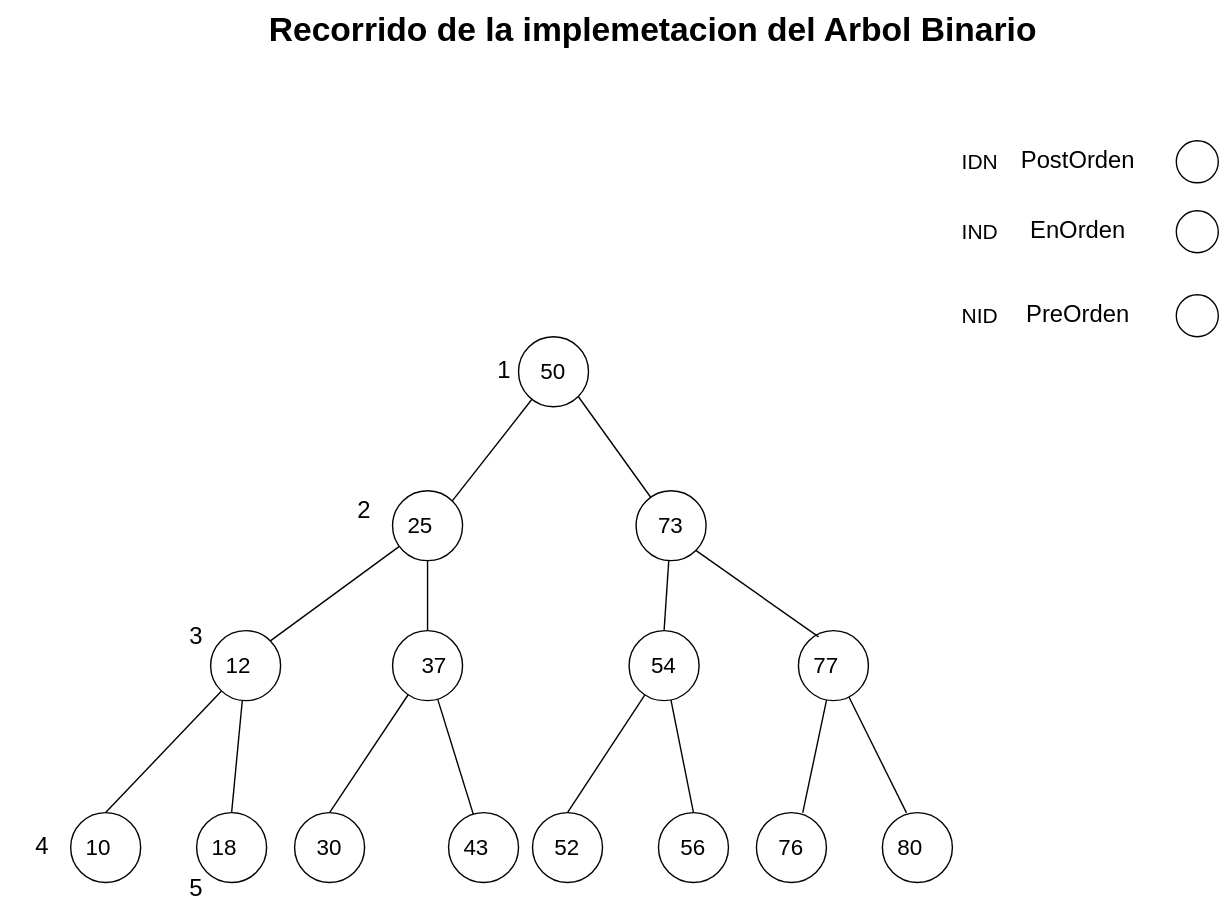
Nordcode-cyber/Algoritmos-Estructdatos keeps this draw.io diagram as Estructura-de-datos/Arboles/ArbolApp.drawio.svg. Above is the earlier version. Source tidied: cells renumbered, new cells last; positions are measured from the earlier drawing's top-left corner, leaving out a move shared by most shapes.
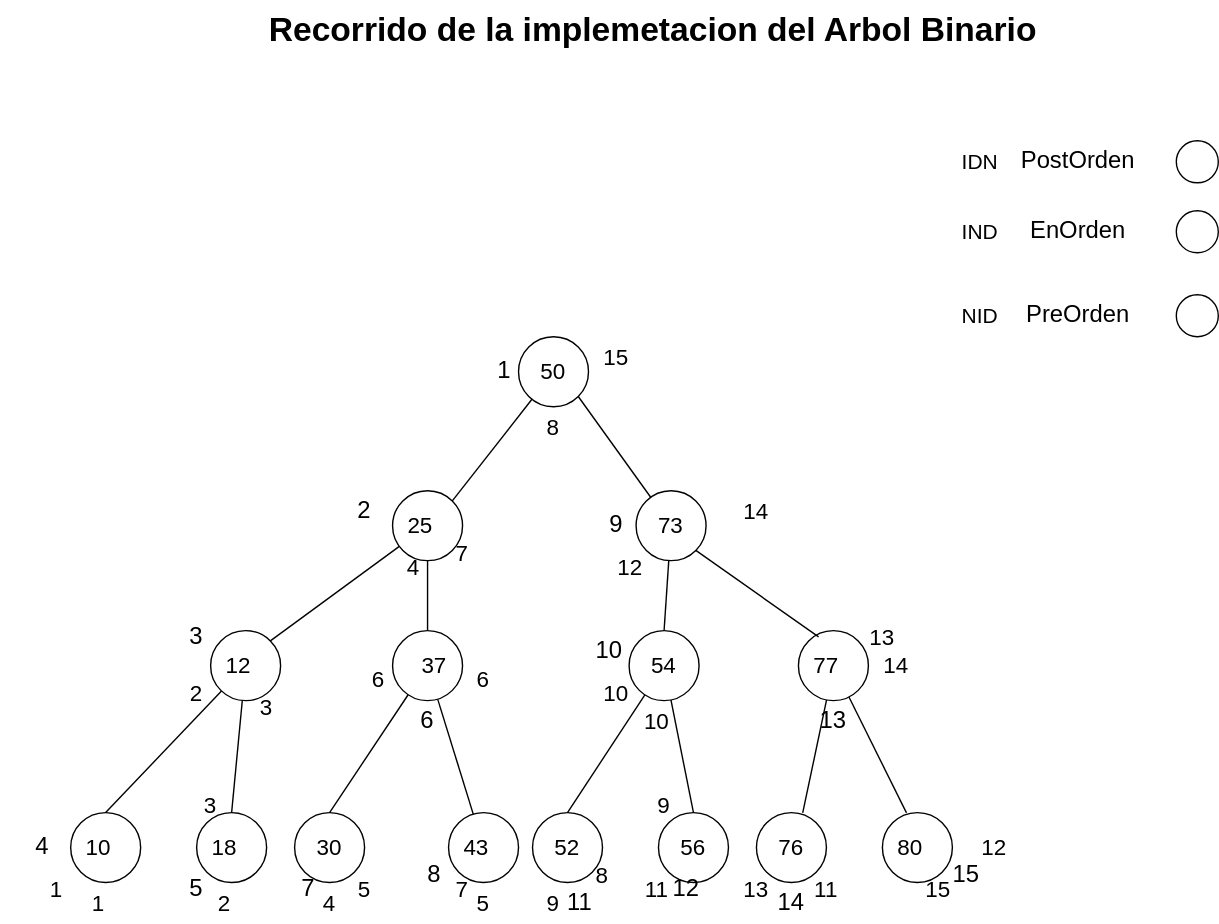
Later version of the same file.

The edit, as a diff of the source:
```diff
@@ -179,5 +179,125 @@
     <mxCell id="60" value="&lt;font style=&quot;font-size: 17px; color: light-dark(rgb(0, 0, 0), rgb(0, 204, 0));&quot;&gt;5&lt;/font&gt;" style="text;html=1;align=center;verticalAlign=middle;whiteSpace=wrap;rounded=0;" parent="1" vertex="1">
       <mxGeometry x="110" y="620" width="60" height="30" as="geometry" />
     </mxCell>
+    <mxCell id="61" value="&lt;font style=&quot;font-size: 17px; color: light-dark(rgb(0, 0, 0), rgb(0, 204, 0));&quot;&gt;6&lt;/font&gt;" style="text;html=1;align=center;verticalAlign=middle;whiteSpace=wrap;rounded=0;" parent="1" vertex="1">
+      <mxGeometry x="275" y="500" width="60" height="30" as="geometry" />
+    </mxCell>
+    <mxCell id="62" value="&lt;font style=&quot;font-size: 17px; color: light-dark(rgb(0, 0, 0), rgb(0, 204, 0));&quot;&gt;7&lt;/font&gt;" style="text;html=1;align=center;verticalAlign=middle;whiteSpace=wrap;rounded=0;" parent="1" vertex="1">
+      <mxGeometry x="190" y="620" width="60" height="30" as="geometry" />
+    </mxCell>
+    <mxCell id="63" value="&lt;font style=&quot;font-size: 17px; color: light-dark(rgb(0, 0, 0), rgb(0, 204, 0));&quot;&gt;8&lt;/font&gt;" style="text;html=1;align=center;verticalAlign=middle;whiteSpace=wrap;rounded=0;" parent="1" vertex="1">
+      <mxGeometry x="280" y="610" width="60" height="30" as="geometry" />
+    </mxCell>
+    <mxCell id="64" value="&lt;font style=&quot;font-size: 17px; color: light-dark(rgb(0, 0, 0), rgb(0, 204, 0));&quot;&gt;9&lt;/font&gt;" style="text;html=1;align=center;verticalAlign=middle;whiteSpace=wrap;rounded=0;" parent="1" vertex="1">
+      <mxGeometry x="410" y="360" width="60" height="30" as="geometry" />
+    </mxCell>
+    <mxCell id="65" value="&lt;font style=&quot;font-size: 17px; color: light-dark(rgb(0, 0, 0), rgb(0, 204, 0));&quot;&gt;10&lt;/font&gt;" style="text;html=1;align=center;verticalAlign=middle;whiteSpace=wrap;rounded=0;" parent="1" vertex="1">
+      <mxGeometry x="405" y="450" width="60" height="30" as="geometry" />
+    </mxCell>
+    <mxCell id="66" value="&lt;font style=&quot;font-size: 17px; color: light-dark(rgb(0, 0, 0), rgb(0, 204, 0));&quot;&gt;11&lt;/font&gt;" style="text;html=1;align=center;verticalAlign=middle;whiteSpace=wrap;rounded=0;" parent="1" vertex="1">
+      <mxGeometry x="384" y="630" width="60" height="30" as="geometry" />
+    </mxCell>
+    <mxCell id="67" value="&lt;font style=&quot;font-size: 17px; color: light-dark(rgb(0, 0, 0), rgb(0, 204, 0));&quot;&gt;12&lt;/font&gt;" style="text;html=1;align=center;verticalAlign=middle;whiteSpace=wrap;rounded=0;" parent="1" vertex="1">
+      <mxGeometry x="460" y="620" width="60" height="30" as="geometry" />
+    </mxCell>
+    <mxCell id="68" value="&lt;font style=&quot;font-size: 17px; color: light-dark(rgb(0, 0, 0), rgb(0, 204, 0));&quot;&gt;13&lt;/font&gt;" style="text;html=1;align=center;verticalAlign=middle;whiteSpace=wrap;rounded=0;" parent="1" vertex="1">
+      <mxGeometry x="565" y="500" width="60" height="30" as="geometry" />
+    </mxCell>
+    <mxCell id="69" value="&lt;font style=&quot;font-size: 17px; color: light-dark(rgb(0, 0, 0), rgb(0, 204, 0));&quot;&gt;14&lt;/font&gt;" style="text;html=1;align=center;verticalAlign=middle;whiteSpace=wrap;rounded=0;" parent="1" vertex="1">
+      <mxGeometry x="535" y="630" width="60" height="30" as="geometry" />
+    </mxCell>
+    <mxCell id="70" value="&lt;font style=&quot;font-size: 17px; color: light-dark(rgb(0, 0, 0), rgb(0, 204, 0));&quot;&gt;15&lt;/font&gt;" style="text;html=1;align=center;verticalAlign=middle;whiteSpace=wrap;rounded=0;" parent="1" vertex="1">
+      <mxGeometry x="660" y="610" width="60" height="30" as="geometry" />
+    </mxCell>
+    <mxCell id="71" value="&lt;font style=&quot;color: light-dark(rgb(0, 0, 0), rgb(0, 255, 255)); font-size: 16px;&quot;&gt;1&lt;/font&gt;" style="text;html=1;align=center;verticalAlign=middle;whiteSpace=wrap;rounded=0;" parent="1" vertex="1">
+      <mxGeometry x="10" y="620" width="60" height="30" as="geometry" />
+    </mxCell>
+    <mxCell id="72" value="&lt;font style=&quot;color: light-dark(rgb(0, 0, 0), rgb(0, 255, 255)); font-size: 16px;&quot;&gt;2&lt;/font&gt;" style="text;html=1;align=center;verticalAlign=middle;whiteSpace=wrap;rounded=0;" parent="1" vertex="1">
+      <mxGeometry x="110" y="480" width="60" height="30" as="geometry" />
+    </mxCell>
+    <mxCell id="73" value="&lt;font style=&quot;color: light-dark(rgb(0, 0, 0), rgb(0, 255, 255)); font-size: 16px;&quot;&gt;3&lt;/font&gt;" style="text;html=1;align=center;verticalAlign=middle;whiteSpace=wrap;rounded=0;" parent="1" vertex="1">
+      <mxGeometry x="120" y="560" width="60" height="30" as="geometry" />
+    </mxCell>
+    <mxCell id="74" value="&lt;font style=&quot;color: light-dark(rgb(0, 0, 0), rgb(0, 255, 255)); font-size: 16px;&quot;&gt;4&lt;/font&gt;" style="text;html=1;align=center;verticalAlign=middle;whiteSpace=wrap;rounded=0;" parent="1" vertex="1">
+      <mxGeometry x="265" y="390" width="60" height="30" as="geometry" />
+    </mxCell>
+    <mxCell id="75" value="&lt;font style=&quot;color: light-dark(rgb(0, 0, 0), rgb(0, 255, 255)); font-size: 16px;&quot;&gt;5&lt;/font&gt;" style="text;html=1;align=center;verticalAlign=middle;whiteSpace=wrap;rounded=0;" parent="1" vertex="1">
+      <mxGeometry x="230" y="620" width="60" height="30" as="geometry" />
+    </mxCell>
+    <mxCell id="76" value="&lt;font style=&quot;color: light-dark(rgb(0, 0, 0), rgb(0, 255, 255)); font-size: 16px;&quot;&gt;6&lt;/font&gt;" style="text;html=1;align=center;verticalAlign=middle;whiteSpace=wrap;rounded=0;" parent="1" vertex="1">
+      <mxGeometry x="240" y="470" width="60" height="30" as="geometry" />
+    </mxCell>
+    <mxCell id="77" value="&lt;font style=&quot;color: light-dark(rgb(0, 0, 0), rgb(0, 255, 255)); font-size: 16px;&quot;&gt;7&lt;/font&gt;" style="text;html=1;align=center;verticalAlign=middle;whiteSpace=wrap;rounded=0;" parent="1" vertex="1">
+      <mxGeometry x="300" y="620" width="60" height="30" as="geometry" />
+    </mxCell>
+    <mxCell id="78" value="&lt;font style=&quot;color: light-dark(rgb(0, 0, 0), rgb(0, 255, 255)); font-size: 16px;&quot;&gt;8&lt;/font&gt;" style="text;html=1;align=center;verticalAlign=middle;whiteSpace=wrap;rounded=0;" parent="1" vertex="1">
+      <mxGeometry x="365" y="290" width="60" height="30" as="geometry" />
+    </mxCell>
+    <mxCell id="79" value="&lt;font style=&quot;color: light-dark(rgb(0, 0, 0), rgb(0, 255, 255)); font-size: 16px;&quot;&gt;9&lt;/font&gt;" style="text;html=1;align=center;verticalAlign=middle;whiteSpace=wrap;rounded=0;" parent="1" vertex="1">
+      <mxGeometry x="365" y="630" width="60" height="30" as="geometry" />
+    </mxCell>
+    <mxCell id="80" value="&lt;font style=&quot;color: light-dark(rgb(0, 0, 0), rgb(0, 255, 255)); font-size: 16px;&quot;&gt;10&lt;/font&gt;" style="text;html=1;align=center;verticalAlign=middle;whiteSpace=wrap;rounded=0;" parent="1" vertex="1">
+      <mxGeometry x="410" y="480" width="60" height="30" as="geometry" />
+    </mxCell>
+    <mxCell id="81" value="&lt;font style=&quot;color: light-dark(rgb(0, 0, 0), rgb(0, 255, 255)); font-size: 16px;&quot;&gt;11&lt;/font&gt;" style="text;html=1;align=center;verticalAlign=middle;whiteSpace=wrap;rounded=0;" parent="1" vertex="1">
+      <mxGeometry x="439" y="620" width="60" height="30" as="geometry" />
+    </mxCell>
+    <mxCell id="82" value="&lt;font style=&quot;color: light-dark(rgb(0, 0, 0), rgb(0, 255, 255)); font-size: 16px;&quot;&gt;12&lt;/font&gt;" style="text;html=1;align=center;verticalAlign=middle;whiteSpace=wrap;rounded=0;" parent="1" vertex="1">
+      <mxGeometry x="420" y="390" width="60" height="30" as="geometry" />
+    </mxCell>
+    <mxCell id="83" value="&lt;font style=&quot;color: light-dark(rgb(0, 0, 0), rgb(0, 255, 255)); font-size: 16px;&quot;&gt;13&lt;/font&gt;" style="text;html=1;align=center;verticalAlign=middle;whiteSpace=wrap;rounded=0;" parent="1" vertex="1">
+      <mxGeometry x="510" y="620" width="60" height="30" as="geometry" />
+    </mxCell>
+    <mxCell id="84" value="&lt;font style=&quot;color: light-dark(rgb(0, 0, 0), rgb(0, 255, 255)); font-size: 16px;&quot;&gt;14&lt;/font&gt;" style="text;html=1;align=center;verticalAlign=middle;whiteSpace=wrap;rounded=0;" parent="1" vertex="1">
+      <mxGeometry x="610" y="460" width="60" height="30" as="geometry" />
+    </mxCell>
+    <mxCell id="85" value="&lt;font style=&quot;color: light-dark(rgb(0, 0, 0), rgb(0, 255, 255)); font-size: 16px;&quot;&gt;15&lt;/font&gt;" style="text;html=1;align=center;verticalAlign=middle;whiteSpace=wrap;rounded=0;" parent="1" vertex="1">
+      <mxGeometry x="640" y="620" width="60" height="30" as="geometry" />
+    </mxCell>
+    <mxCell id="86" value="&lt;font style=&quot;font-size: 16px; color: light-dark(rgb(0, 0, 0), rgb(204, 0, 0));&quot;&gt;1&lt;/font&gt;" style="text;html=1;align=center;verticalAlign=middle;whiteSpace=wrap;rounded=0;" parent="1" vertex="1">
+      <mxGeometry x="40" y="630" width="60" height="30" as="geometry" />
+    </mxCell>
+    <mxCell id="87" value="&lt;font style=&quot;font-size: 16px; color: light-dark(rgb(0, 0, 0), rgb(204, 0, 0));&quot;&gt;2&lt;/font&gt;" style="text;html=1;align=center;verticalAlign=middle;whiteSpace=wrap;rounded=0;" parent="1" vertex="1">
+      <mxGeometry x="130" y="630" width="60" height="30" as="geometry" />
+    </mxCell>
+    <mxCell id="88" value="&lt;font style=&quot;font-size: 16px; color: light-dark(rgb(0, 0, 0), rgb(204, 0, 0));&quot;&gt;3&lt;/font&gt;" style="text;html=1;align=center;verticalAlign=middle;whiteSpace=wrap;rounded=0;" parent="1" vertex="1">
+      <mxGeometry x="160" y="490" width="60" height="30" as="geometry" />
+    </mxCell>
+    <mxCell id="89" value="&lt;font style=&quot;font-size: 16px; color: light-dark(rgb(0, 0, 0), rgb(204, 0, 0));&quot;&gt;4&lt;/font&gt;" style="text;html=1;align=center;verticalAlign=middle;whiteSpace=wrap;rounded=0;" parent="1" vertex="1">
+      <mxGeometry x="205" y="630" width="60" height="30" as="geometry" />
+    </mxCell>
+    <mxCell id="90" value="&lt;font style=&quot;font-size: 16px; color: light-dark(rgb(0, 0, 0), rgb(204, 0, 0));&quot;&gt;5&lt;/font&gt;" style="text;html=1;align=center;verticalAlign=middle;whiteSpace=wrap;rounded=0;" parent="1" vertex="1">
+      <mxGeometry x="315" y="630" width="60" height="30" as="geometry" />
+    </mxCell>
+    <mxCell id="91" value="&lt;font style=&quot;font-size: 16px; color: light-dark(rgb(0, 0, 0), rgb(204, 0, 0));&quot;&gt;6&lt;/font&gt;" style="text;html=1;align=center;verticalAlign=middle;whiteSpace=wrap;rounded=0;" parent="1" vertex="1">
+      <mxGeometry x="315" y="470" width="60" height="30" as="geometry" />
+    </mxCell>
+    <mxCell id="92" value="&lt;font style=&quot;font-size: 16px; color: light-dark(rgb(0, 0, 0), rgb(204, 0, 0));&quot;&gt;7&lt;/font&gt;" style="text;html=1;align=center;verticalAlign=middle;whiteSpace=wrap;rounded=0;" parent="1" vertex="1">
+      <mxGeometry x="300" y="380" width="60" height="30" as="geometry" />
+    </mxCell>
+    <mxCell id="93" value="&lt;font style=&quot;font-size: 16px; color: light-dark(rgb(0, 0, 0), rgb(204, 0, 0));&quot;&gt;8&lt;/font&gt;" style="text;html=1;align=center;verticalAlign=middle;whiteSpace=wrap;rounded=0;" parent="1" vertex="1">
+      <mxGeometry x="400" y="610" width="60" height="30" as="geometry" />
+    </mxCell>
+    <mxCell id="94" value="&lt;font style=&quot;font-size: 16px; color: light-dark(rgb(0, 0, 0), rgb(204, 0, 0));&quot;&gt;9&lt;/font&gt;" style="text;html=1;align=center;verticalAlign=middle;whiteSpace=wrap;rounded=0;" parent="1" vertex="1">
+      <mxGeometry x="444" y="560" width="60" height="30" as="geometry" />
+    </mxCell>
+    <mxCell id="95" value="&lt;font style=&quot;font-size: 16px; color: light-dark(rgb(0, 0, 0), rgb(204, 0, 0));&quot;&gt;10&lt;/font&gt;" style="text;html=1;align=center;verticalAlign=middle;whiteSpace=wrap;rounded=0;" parent="1" vertex="1">
+      <mxGeometry x="439" y="500" width="60" height="30" as="geometry" />
+    </mxCell>
+    <mxCell id="96" value="&lt;font style=&quot;font-size: 16px; color: light-dark(rgb(0, 0, 0), rgb(204, 0, 0));&quot;&gt;11&lt;/font&gt;" style="text;html=1;align=center;verticalAlign=middle;whiteSpace=wrap;rounded=0;" parent="1" vertex="1">
+      <mxGeometry x="560" y="620" width="60" height="30" as="geometry" />
+    </mxCell>
+    <mxCell id="97" value="&lt;font style=&quot;font-size: 16px; color: light-dark(rgb(0, 0, 0), rgb(204, 0, 0));&quot;&gt;12&lt;/font&gt;" style="text;html=1;align=center;verticalAlign=middle;whiteSpace=wrap;rounded=0;" parent="1" vertex="1">
+      <mxGeometry x="680" y="590" width="60" height="30" as="geometry" />
+    </mxCell>
+    <mxCell id="98" value="&lt;font style=&quot;font-size: 16px; color: light-dark(rgb(0, 0, 0), rgb(204, 0, 0));&quot;&gt;13&lt;/font&gt;" style="text;html=1;align=center;verticalAlign=middle;whiteSpace=wrap;rounded=0;" parent="1" vertex="1">
+      <mxGeometry x="600" y="440" width="60" height="30" as="geometry" />
+    </mxCell>
+    <mxCell id="99" value="&lt;font style=&quot;font-size: 16px; color: light-dark(rgb(0, 0, 0), rgb(204, 0, 0));&quot;&gt;14&lt;/font&gt;" style="text;html=1;align=center;verticalAlign=middle;whiteSpace=wrap;rounded=0;" parent="1" vertex="1">
+      <mxGeometry x="510" y="350" width="60" height="30" as="geometry" />
+    </mxCell>
+    <mxCell id="100" value="&lt;font style=&quot;font-size: 16px; color: light-dark(rgb(0, 0, 0), rgb(204, 0, 0));&quot;&gt;15&lt;/font&gt;" style="text;html=1;align=center;verticalAlign=middle;whiteSpace=wrap;rounded=0;" parent="1" vertex="1">
+      <mxGeometry x="410" y="240" width="60" height="30" as="geometry" />
+    </mxCell>
   </root>
 </mxGraphModel>
```
